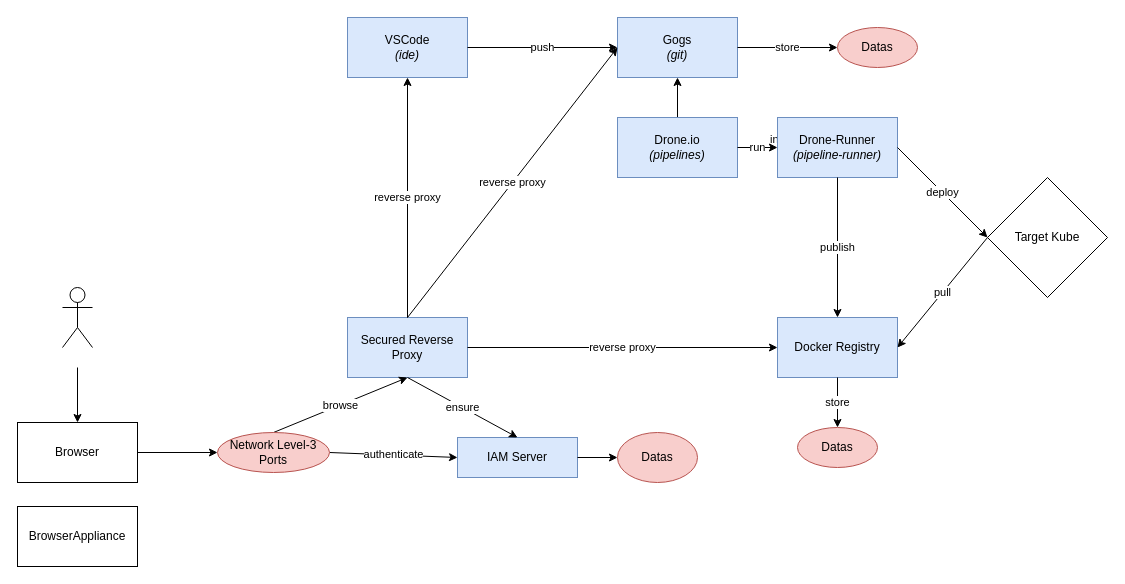
Above: page "Builder Stack" (2 of 3) of docs/20.6-architecture.drawio in krux-raoui/k-workspace (draw.io), before the change. Source tidied: cells renumbered, new cells numbered last; positions are measured from the earlier drawing's top-left corner, leaving out a move shared by most shapes. Both pictures are drawn from the tidied source at 100%, with x=0, y=0 at pixel (17, 17).
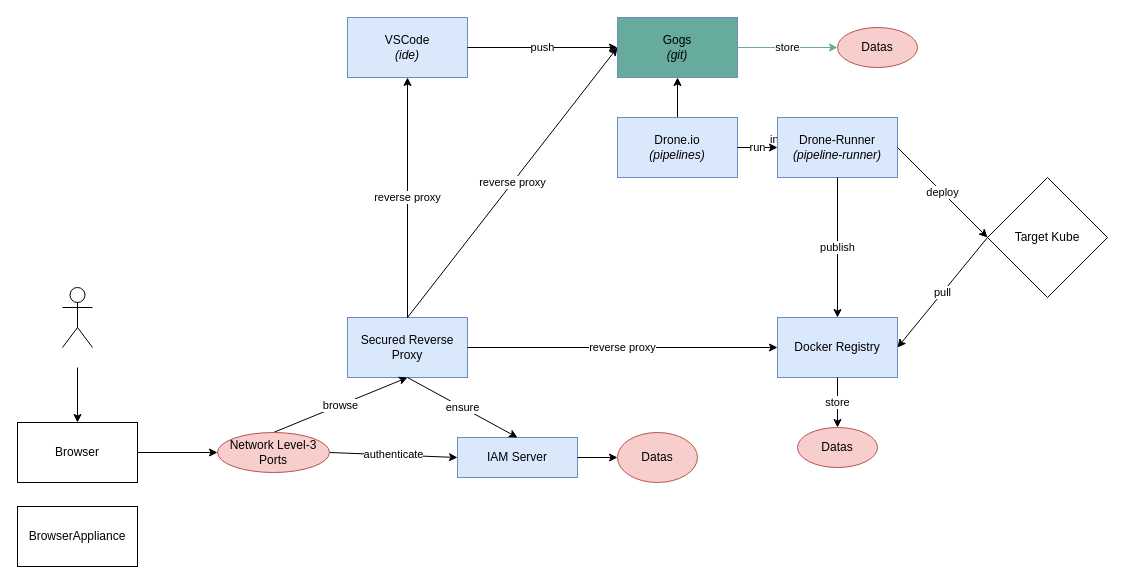
Above is the later version.

The change refers to these unchanged cells:
```xml
<mxCell id="5" value="Datas" style="ellipse;whiteSpace=wrap;html=1;fillColor=#f8cecc;strokeColor=#b85450;fontColor=#000000;" parent="1" vertex="1">
  <mxGeometry x="820" y="10" width="80" height="40" as="geometry" />
</mxCell>
```

What changed in the source:
```diff
@@
-    <mxCell id="2" value="Gogs&lt;br&gt;&lt;i&gt;(git)&lt;/i&gt;" style="rounded=0;whiteSpace=wrap;html=1;fillColor=#dae8fc;strokeColor=#6c8ebf;fontColor=#000000;" parent="1" vertex="1">
+    <mxCell id="2" value="Gogs&lt;br&gt;&lt;i&gt;(git)&lt;/i&gt;" style="rounded=0;whiteSpace=wrap;html=1;fillColor=#67AB9F;strokeColor=#6c8ebf;fontColor=#000000;shadow=0;" parent="1" vertex="1">
       <mxGeometry x="600" width="120" height="60" as="geometry" />
     </mxCell>
@@
-    <mxCell id="8" value="store" style="endArrow=classic;html=1;entryX=0;entryY=0.5;entryDx=0;entryDy=0;" parent="1" edge="1" source="2" target="5">
+    <mxCell id="8" value="store" style="endArrow=classic;html=1;entryX=0;entryY=0.5;entryDx=0;entryDy=0;strokeColor=#67AB9F;" parent="1" edge="1" source="2" target="5">
       <mxGeometry relative="1" as="geometry" />
     </mxCell>
```
